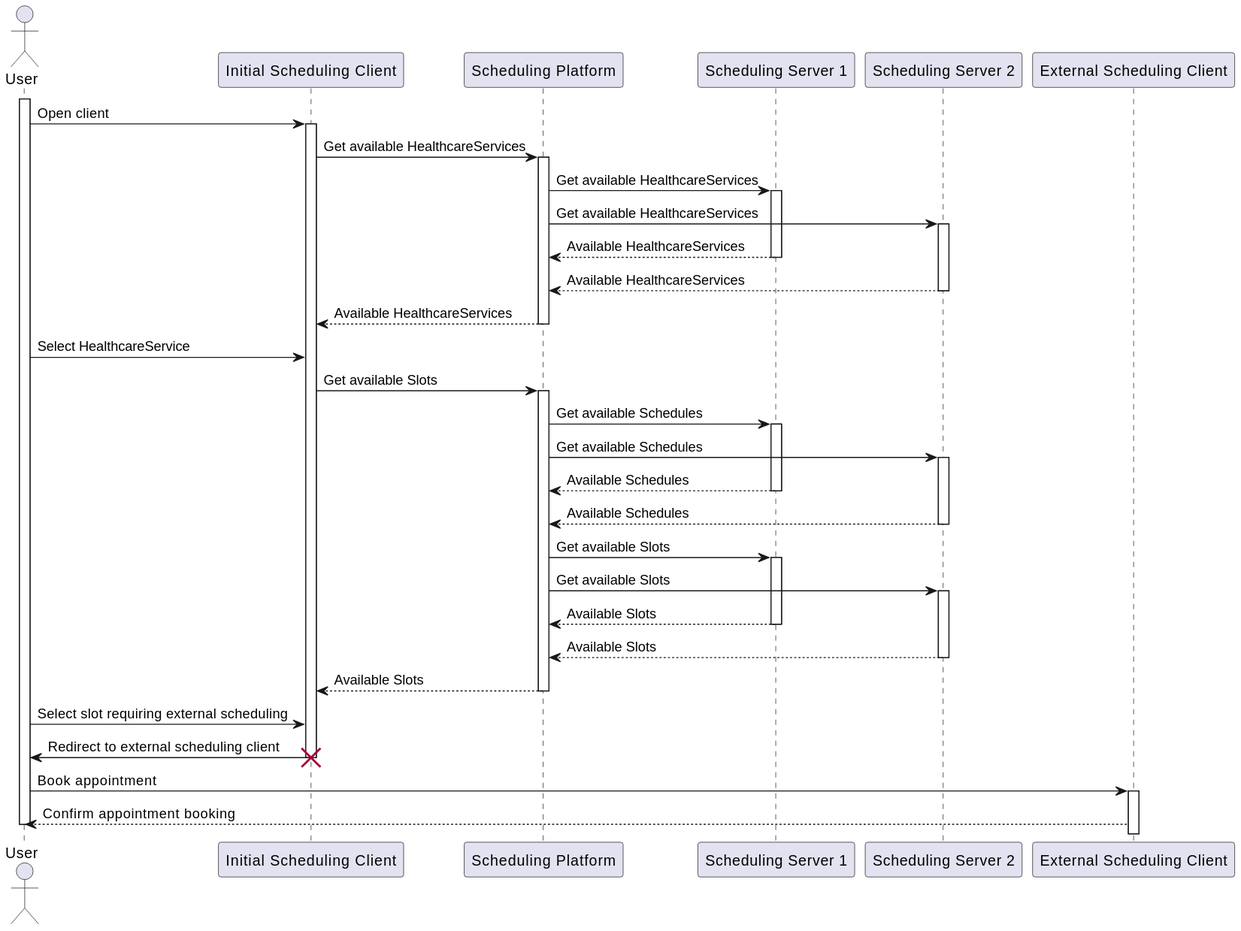
Earlier version of the PlantUML export input/images/scenarios/sequence-platform-external.svg (HL7Austria/TC-FHIR-AG-Scheduling-R5). The source it was exported from:
```plantuml
@startuml
actor User as user
participant "Initial Scheduling Client" as client
participant "Scheduling Platform" as platform
participant "Scheduling Server 1" as schedServ1
participant "Scheduling Server 2" as schedServ2
participant "External Scheduling Client" as clientExternal

activate user
user -> client: Open client
activate client
client -> platform: Get available HealthcareServices
activate platform
platform -> schedServ1: Get available HealthcareServices
activate schedServ1
platform -> schedServ2: Get available HealthcareServices
activate schedServ2
schedServ1 ---> platform: Available HealthcareServices
deactivate schedServ1
schedServ2 ---> platform: Available HealthcareServices
deactivate schedServ2
platform ---> client: Available HealthcareServices
deactivate platform

user -> client: Select HealthcareService
client -> platform: Get available Slots
activate platform
platform -> schedServ1: Get available Schedules
activate schedServ1
platform -> schedServ2: Get available Schedules
activate schedServ2
schedServ1 ---> platform: Available Schedules
deactivate schedServ1
schedServ2 ---> platform: Available Schedules
deactivate schedServ2

platform -> schedServ1: Get available Slots
activate schedServ1
platform -> schedServ2: Get available Slots
activate schedServ2
schedServ1 ---> platform: Available Slots
deactivate schedServ1
schedServ2 ---> platform: Available Slots
deactivate schedServ2
platform ---> client: Available Slots
deactivate platform

user -> client: Select slot requiring external scheduling
client -> user: Redirect to external scheduling client
destroy client

user -> clientExternal: Book appointment
activate clientExternal
clientExternal ---> user: Confirm appointment booking

deactivate client
deactivate user
@enduml
```
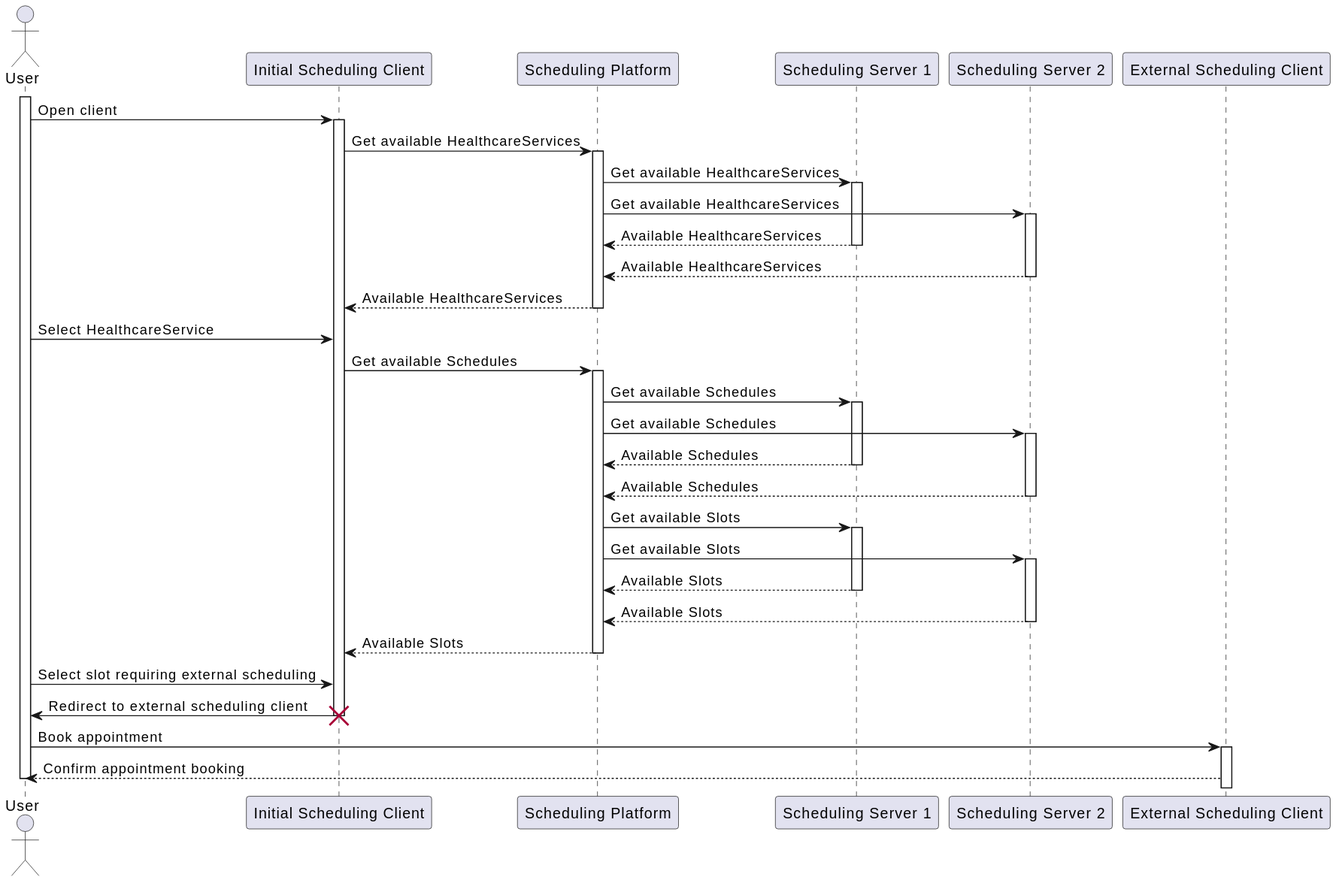
Above is the later version.

Commit message:
Fix typo in external platform diagram #47

Diff of the diagram source:
```diff
@@ -23,7 +23,7 @@
 deactivate platform
 
 user -> client: Select HealthcareService
-client -> platform: Get available Slots
+client -> platform: Get available Schedules
 activate platform
 platform -> schedServ1: Get available Schedules
 activate schedServ1
```
